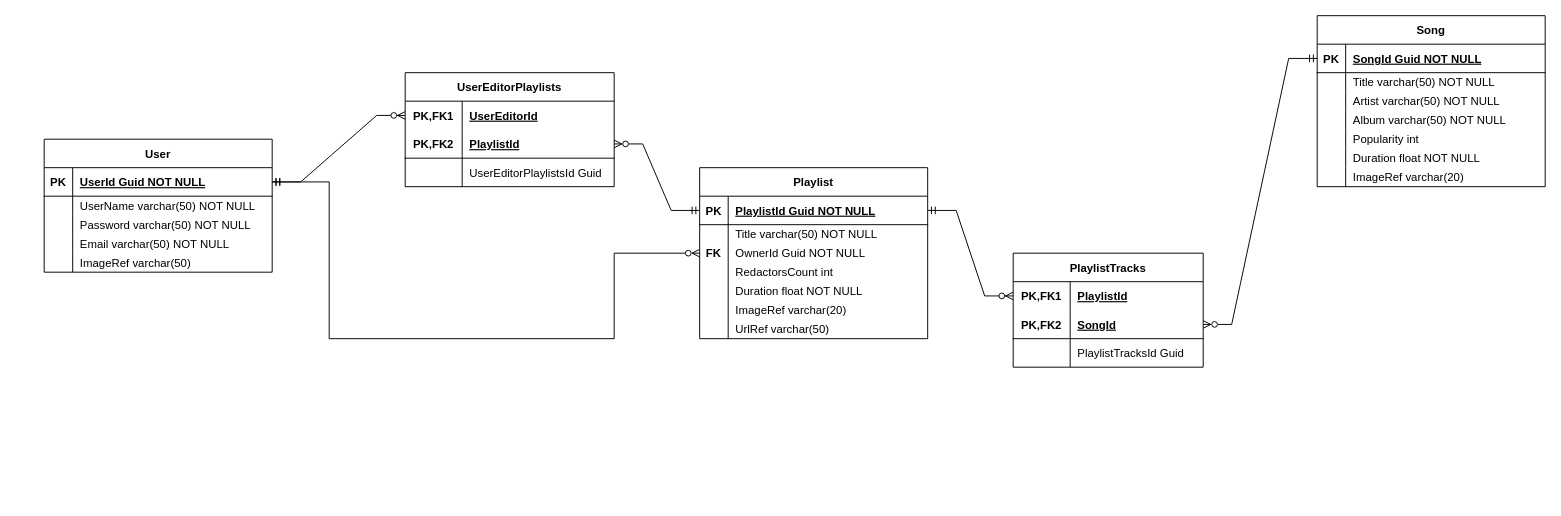
This is Диаграммы/Общая диаграмма.drawio from AlesBan/Final-project-TMS, a draw.io file, before an edit. Source tidied: cells renumbered, new cells numbered last; positions are measured from the earlier drawing's top-left corner, leaving out a move shared by most shapes. Both pictures are drawn from the tidied source at 95%, with x=0, y=0 at pixel (44, 15).
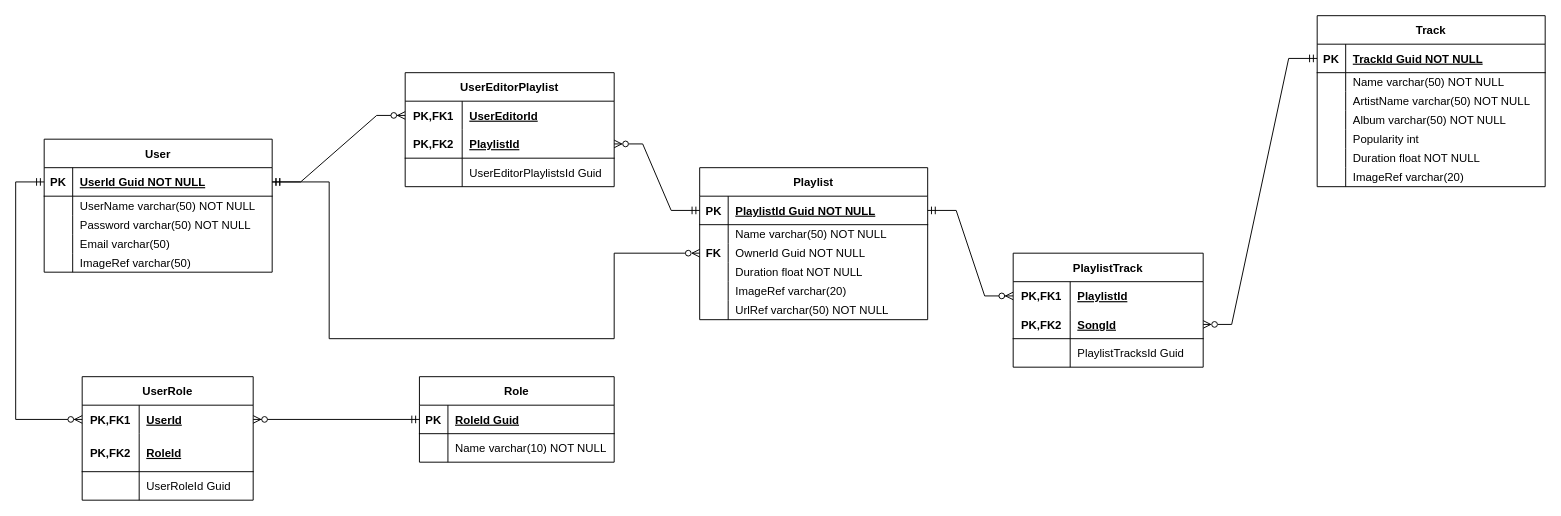
Above is the later version.

The change refers to these unchanged cells:
```xml
<mxCell id="3" style="shape=partialRectangle;fillColor=none;points=[[0,0.5],[1,0.5]];portConstraint=eastwest;top=0;left=0;right=0;bottom=1;" parent="2" vertex="1">
  <mxGeometry y="30" width="240" height="30" as="geometry" />
</mxCell>
<mxCell id="12" style="shape=partialRectangle;fillColor=none;top=0;left=0;right=0;bottom=0;" parent="2" vertex="1">
  <mxGeometry y="100" width="240" height="20" as="geometry" />
</mxCell>
<mxCell id="19" style="shape=partialRectangle;fillColor=none;points=[[0,0.5],[1,0.5]];portConstraint=eastwest;top=0;left=0;right=0;bottom=1;" parent="18" vertex="1">
  <mxGeometry y="30" width="240" height="30" as="geometry" />
</mxCell>
<mxCell id="22" style="shape=partialRectangle;fillColor=none;top=0;left=0;right=0;bottom=0;" parent="18" vertex="1">
  <mxGeometry y="60" width="240" height="20" as="geometry" />
</mxCell>
<mxCell id="25" style="shape=partialRectangle;fillColor=none;top=0;left=0;right=0;bottom=0;" parent="18" vertex="1">
  <mxGeometry y="80" width="240" height="20" as="geometry" />
</mxCell>
<mxCell id="44" style="shape=partialRectangle;fillColor=none;top=0;left=0;right=0;bottom=0;" parent="40" vertex="1">
  <mxGeometry y="60" width="240" height="20" as="geometry" />
</mxCell>
```

What changed in the source:
```diff
@@
-    <mxCell id="14" value="Email varchar(50) NOT NULL" style="shape=partialRectangle;overflow=hidden;fillColor=none;top=0;left=0;bottom=0;right=0;align=left;spacingLeft=6;" parent="12" vertex="1">
+    <mxCell id="14" value="Email varchar(50) " style="shape=partialRectangle;overflow=hidden;fillColor=none;top=0;left=0;bottom=0;right=0;align=left;spacingLeft=6;" parent="12" vertex="1">
       <mxGeometry x="30" width="210" height="20" as="geometry" />
     </mxCell>
@@
-    <mxCell id="18" value="Song" style="shape=table;startSize=30;childLayout=tableLayout;rowLines=0;fontStyle=1;align=center;" parent="1" vertex="1">
+    <mxCell id="18" value="Track" style="shape=table;startSize=30;childLayout=tableLayout;rowLines=0;fontStyle=1;align=center;" parent="1" vertex="1">
       <mxGeometry x="1340" width="240" height="180" as="geometry" />
     </mxCell>
@@
-    <mxCell id="21" value="SongId Guid NOT NULL " style="shape=partialRectangle;overflow=hidden;fillColor=none;top=0;left=0;bottom=0;right=0;align=left;spacingLeft=6;fontStyle=5;" parent="19" vertex="1">
+    <mxCell id="21" value="TrackId Guid NOT NULL " style="shape=partialRectangle;overflow=hidden;fillColor=none;top=0;left=0;bottom=0;right=0;align=left;spacingLeft=6;fontStyle=5;" parent="19" vertex="1">
       <mxGeometry x="30" width="210" height="30" as="geometry" />
     </mxCell>
@@
-    <mxCell id="24" value="Title varchar(50) NOT NULL" style="shape=partialRectangle;overflow=hidden;fillColor=none;top=0;left=0;bottom=0;right=0;align=left;spacingLeft=6;" parent="22" vertex="1">
+    <mxCell id="24" value="Name varchar(50) NOT NULL" style="shape=partialRectangle;overflow=hidden;fillColor=none;top=0;left=0;bottom=0;right=0;align=left;spacingLeft=6;" parent="22" vertex="1">
       <mxGeometry x="30" width="210" height="20" as="geometry" />
     </mxCell>
@@
-    <mxCell id="27" value="Artist varchar(50) NOT NULL" style="shape=partialRectangle;overflow=hidden;fillColor=none;top=0;left=0;bottom=0;right=0;align=left;spacingLeft=6;" parent="25" vertex="1">
+    <mxCell id="27" value="ArtistName varchar(50) NOT NULL" style="shape=partialRectangle;overflow=hidden;fillColor=none;top=0;left=0;bottom=0;right=0;align=left;spacingLeft=6;" parent="25" vertex="1">
       <mxGeometry x="30" width="210" height="20" as="geometry" />
     </mxCell>
@@
     <mxCell id="40" value="Playlist" style="shape=table;startSize=30;childLayout=tableLayout;rowLines=0;fontStyle=1;align=center;" parent="1" vertex="1">
-      <mxGeometry x="690" y="160" width="240" height="180" as="geometry" />
+      <mxGeometry x="690" y="160" width="240" height="160" as="geometry" />
     </mxCell>
@@
-    <mxCell id="46" value="Title varchar(50) NOT NULL" style="shape=partialRectangle;overflow=hidden;fillColor=none;top=0;left=0;bottom=0;right=0;align=left;spacingLeft=6;" parent="44" vertex="1">
+    <mxCell id="46" value="Name varchar(50) NOT NULL" style="shape=partialRectangle;overflow=hidden;fillColor=none;top=0;left=0;bottom=0;right=0;align=left;spacingLeft=6;" parent="44" vertex="1">
       <mxGeometry x="30" width="210" height="20" as="geometry" />
     </mxCell>
@@
-    <mxCell id="50" style="shape=partialRectangle;fillColor=none;top=0;left=0;right=0;bottom=0;" parent="40" vertex="1">
-      <mxGeometry y="100" width="240" height="20" as="geometry" />
-    </mxCell>
-    <mxCell id="51" style="shape=partialRectangle;overflow=hidden;fillColor=none;top=0;left=0;bottom=0;right=0;" parent="50" vertex="1">
-      <mxGeometry width="30" height="20" as="geometry" />
-    </mxCell>
-    <mxCell id="52" value="RedactorsCount int" style="shape=partialRectangle;overflow=hidden;fillColor=none;top=0;left=0;bottom=0;right=0;align=left;spacingLeft=6;" parent="50" vertex="1">
-      <mxGeometry x="30" width="210" height="20" as="geometry" />
-    </mxCell>
     <mxCell id="53" style="shape=partialRectangle;fillColor=none;top=0;left=0;right=0;bottom=0;" parent="40" vertex="1">
-      <mxGeometry y="120" width="240" height="20" as="geometry" />
+      <mxGeometry y="100" width="240" height="20" as="geometry" />
     </mxCell>
@@
     <mxCell id="56" style="shape=partialRectangle;fillColor=none;top=0;left=0;right=0;bottom=0;" parent="40" vertex="1">
-      <mxGeometry y="140" width="240" height="20" as="geometry" />
+      <mxGeometry y="120" width="240" height="20" as="geometry" />
     </mxCell>
@@
     <mxCell id="59" style="shape=partialRectangle;fillColor=none;top=0;left=0;right=0;bottom=0;" parent="40" vertex="1">
-      <mxGeometry y="160" width="240" height="20" as="geometry" />
+      <mxGeometry y="140" width="240" height="20" as="geometry" />
     </mxCell>
@@
-    <mxCell id="61" value="UrlRef varchar(50)" style="shape=partialRectangle;overflow=hidden;fillColor=none;top=0;left=0;bottom=0;right=0;align=left;spacingLeft=6;" parent="59" vertex="1">
+    <mxCell id="61" value="UrlRef varchar(50) NOT NULL" style="shape=partialRectangle;overflow=hidden;fillColor=none;top=0;left=0;bottom=0;right=0;align=left;spacingLeft=6;" parent="59" vertex="1">
       <mxGeometry x="30" width="210" height="20" as="geometry" />
     </mxCell>
@@
-    <mxCell id="63" value="UserEditorPlaylists" style="shape=table;startSize=30;childLayout=tableLayout;rowLines=0;fontStyle=1;align=center;" parent="1" vertex="1">
+    <mxCell id="63" value="UserEditorPlaylist" style="shape=table;startSize=30;childLayout=tableLayout;rowLines=0;fontStyle=1;align=center;" parent="1" vertex="1">
       <mxGeometry x="380" y="60" width="220" height="120" as="geometry" />
     </mxCell>
@@
-    <mxCell id="75" value="PlaylistTracks" style="shape=table;startSize=30;childLayout=tableLayout;rowLines=0;fontStyle=1;align=center;" parent="1" vertex="1">
+    <mxCell id="75" value="PlaylistTrack" style="shape=table;startSize=30;childLayout=tableLayout;rowLines=0;fontStyle=1;align=center;" parent="1" vertex="1">
       <mxGeometry x="1020" y="250" width="200" height="120" as="geometry" />
     </mxCell>
@@
+    <mxCell id="87" value="UserRole" style="shape=table;startSize=30;childLayout=tableLayout;rowLines=0;fontStyle=1;align=center;" parent="1" vertex="1">
+      <mxGeometry x="40" y="380" width="180" height="130" as="geometry" />
+    </mxCell>
+    <mxCell id="88" style="shape=tableRow;horizontal=0;startSize=0;swimlaneHead=0;swimlaneBody=0;fillColor=none;points=[[0,0.5],[1,0.5]];portConstraint=eastwest;top=0;left=0;right=0;bottom=0;" parent="87" vertex="1">
+      <mxGeometry y="30" width="180" height="30" as="geometry" />
+    </mxCell>
+    <mxCell id="89" value="PK,FK1" style="shape=partialRectangle;fillColor=none;top=0;left=0;bottom=0;right=0;fontStyle=1;overflow=hidden;" parent="88" vertex="1">
+      <mxGeometry width="60" height="30" as="geometry" />
+    </mxCell>
+    <mxCell id="90" value="UserId" style="shape=partialRectangle;fillColor=none;top=0;left=0;bottom=0;right=0;align=left;spacingLeft=6;fontStyle=5;overflow=hidden;" parent="88" vertex="1">
+      <mxGeometry x="60" width="120" height="30" as="geometry" />
+    </mxCell>
+    <mxCell id="91" style="shape=tableRow;horizontal=0;startSize=0;swimlaneHead=0;swimlaneBody=0;fillColor=none;top=0;left=0;right=0;bottom=1;" parent="87" vertex="1">
+      <mxGeometry y="60" width="180" height="40" as="geometry" />
+    </mxCell>
+    <mxCell id="92" value="PK,FK2" style="shape=partialRectangle;fillColor=none;top=0;left=0;bottom=0;right=0;fontStyle=1;overflow=hidden;" parent="91" vertex="1">
+      <mxGeometry width="60" height="40" as="geometry" />
+    </mxCell>
+    <mxCell id="93" value="RoleId" style="shape=partialRectangle;fillColor=none;top=0;left=0;bottom=0;right=0;align=left;spacingLeft=6;fontStyle=5;overflow=hidden;" parent="91" vertex="1">
+      <mxGeometry x="60" width="120" height="40" as="geometry" />
+    </mxCell>
+    <mxCell id="94" style="shape=tableRow;horizontal=0;startSize=0;swimlaneHead=0;swimlaneBody=0;fillColor=none;top=0;left=0;right=0;bottom=0;" parent="87" vertex="1">
+      <mxGeometry y="100" width="180" height="30" as="geometry" />
+    </mxCell>
+    <mxCell id="95" style="shape=partialRectangle;fillColor=none;top=0;left=0;bottom=0;right=0;overflow=hidden;" parent="94" vertex="1">
+      <mxGeometry width="60" height="30" as="geometry" />
+    </mxCell>
+    <mxCell id="96" value="UserRoleId Guid" style="shape=partialRectangle;fillColor=none;top=0;left=0;bottom=0;right=0;align=left;spacingLeft=6;overflow=hidden;" parent="94" vertex="1">
+      <mxGeometry x="60" width="120" height="30" as="geometry" />
+    </mxCell>
+    <mxCell id="97" value="Role" style="shape=table;startSize=30;childLayout=tableLayout;rowLines=0;fontStyle=1;align=center;" parent="1" vertex="1">
+      <mxGeometry x="395" y="380" width="205" height="90" as="geometry" />
+    </mxCell>
+    <mxCell id="98" style="shape=tableRow;horizontal=0;startSize=0;swimlaneHead=0;swimlaneBody=0;fillColor=none;points=[[0,0.5],[1,0.5]];portConstraint=eastwest;top=0;left=0;right=0;bottom=1;" parent="97" vertex="1">
+      <mxGeometry y="30" width="205" height="30" as="geometry" />
+    </mxCell>
+    <mxCell id="99" value="PK" style="shape=partialRectangle;fillColor=none;top=0;left=0;bottom=0;right=0;fontStyle=1;overflow=hidden;" parent="98" vertex="1">
+      <mxGeometry width="30" height="30" as="geometry" />
+    </mxCell>
+    <mxCell id="100" value="RoleId Guid" style="shape=partialRectangle;fillColor=none;top=0;left=0;bottom=0;right=0;align=left;spacingLeft=6;fontStyle=5;overflow=hidden;" parent="98" vertex="1">
+      <mxGeometry x="30" width="175" height="30" as="geometry" />
+    </mxCell>
+    <mxCell id="101" style="shape=tableRow;horizontal=0;startSize=0;swimlaneHead=0;swimlaneBody=0;fillColor=none;top=0;left=0;right=0;bottom=0;" parent="97" vertex="1">
+      <mxGeometry y="60" width="205" height="30" as="geometry" />
+    </mxCell>
+    <mxCell id="102" style="shape=partialRectangle;fillColor=none;top=0;left=0;bottom=0;right=0;overflow=hidden;" parent="101" vertex="1">
+      <mxGeometry width="30" height="30" as="geometry" />
+    </mxCell>
+    <mxCell id="103" value="Name varchar(10) NOT NULL" style="shape=partialRectangle;fillColor=none;top=0;left=0;bottom=0;right=0;align=left;spacingLeft=6;overflow=hidden;" parent="101" vertex="1">
+      <mxGeometry x="30" width="175" height="30" as="geometry" />
+    </mxCell>
+    <mxCell id="104" style="edgeStyle=elbowEdgeStyle;fontSize=12;html=1;endArrow=ERzeroToMany;startArrow=ERmandOne;rounded=0;entryX=0;entryY=0.5;entryDx=0;entryDy=0;exitX=0;exitY=0.5;exitDx=0;exitDy=0;" parent="1" edge="1" source="3" target="88">
+      <mxGeometry relative="1" as="geometry">
+        <Array as="points">
+          <mxPoint x="-30" y="280" />
+        </Array>
+      </mxGeometry>
+    </mxCell>
+    <mxCell id="105" style="fontSize=12;html=1;endArrow=ERzeroToMany;startArrow=ERmandOne;rounded=0;exitX=0;exitY=0.5;exitDx=0;exitDy=0;entryX=1;entryY=0.5;entryDx=0;entryDy=0;" parent="1" edge="1" source="98" target="88">
+      <mxGeometry relative="1" as="geometry" />
+    </mxCell>
```
